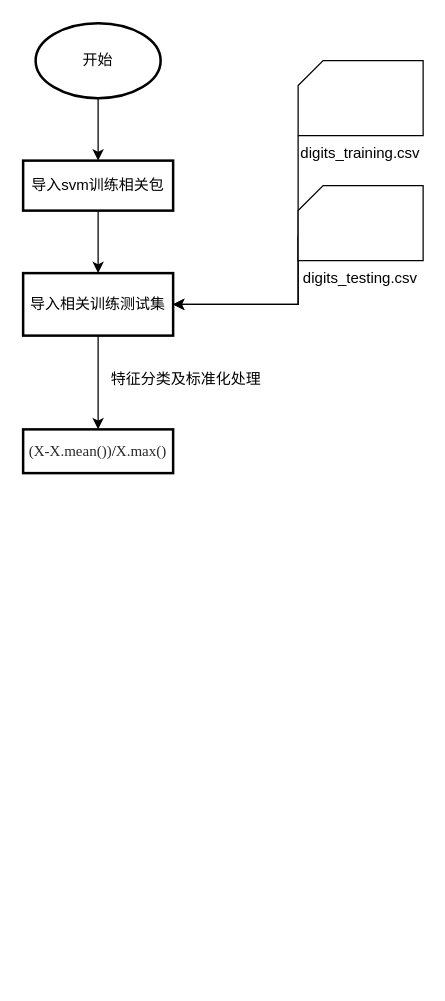
This is experiment_07.drawio from why147147/drawio-public, a draw.io file, before an edit. Source tidied: cells renumbered, new cells numbered last; positions are measured from the earlier drawing's top-left corner, leaving out a move shared by most shapes. Both pictures are drawn from the tidied source at 125%, with x=0, y=0 at pixel (22, 22).
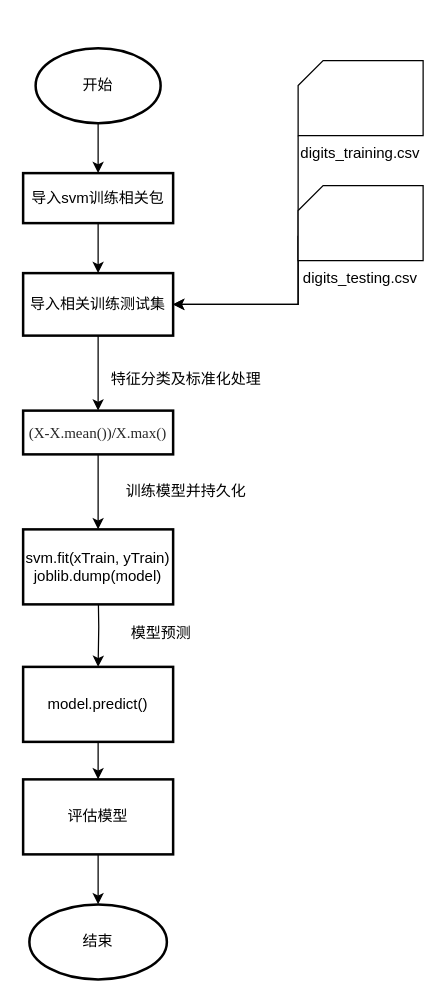
The same page after the edit.

The edit, as a diff of the source:
```diff
@@
     <mxCell id="3" value="开始" style="strokeWidth=2;html=1;shape=mxgraph.flowchart.start_1;whiteSpace=wrap;" parent="1" vertex="1">
-      <mxGeometry x="10" width="100" height="60" as="geometry" />
+      <mxGeometry x="10" y="20" width="100" height="60" as="geometry" />
     </mxCell>
@@
     <mxCell id="5" value="导入svm训练相关包" style="whiteSpace=wrap;html=1;strokeWidth=2;" parent="1" vertex="1">
-      <mxGeometry y="110" width="120" height="40" as="geometry" />
+      <mxGeometry y="120" width="120" height="40" as="geometry" />
     </mxCell>
@@
+    <mxCell id="14" style="edgeStyle=orthogonalEdgeStyle;rounded=0;jettySize=auto;html=1;" parent="1" edge="1" source="12" target="16">
+      <mxGeometry relative="1" as="geometry" />
+    </mxCell>
     <mxCell id="12" value="&lt;div style=&quot;color: rgb(41, 41, 41); background-color: rgb(255, 255, 255); line-height: 27px;&quot;&gt;&lt;font face=&quot;Times New Roman&quot; style=&quot;font-size: 12px;&quot;&gt;(X-X.mean())&lt;span style=&quot;color: rgb(0, 0, 0);&quot;&gt;/&lt;/span&gt;X.max()&lt;/font&gt;&lt;/div&gt;" style="whiteSpace=wrap;html=1;strokeWidth=2;" parent="1" vertex="1">
-      <mxGeometry y="325" width="120" height="35" as="geometry" />
+      <mxGeometry y="310" width="120" height="35" as="geometry" />
     </mxCell>
@@
+    <mxCell id="15" style="edgeStyle=orthogonalEdgeStyle;rounded=0;jettySize=auto;html=1;" parent="1" edge="1" target="19">
+      <mxGeometry relative="1" as="geometry">
+        <mxPoint x="60" y="450" as="sourcePoint" />
+      </mxGeometry>
+    </mxCell>
+    <mxCell id="16" value="svm.fit(xTrain, yTrain)&lt;br&gt;joblib.dump(model)" style="whiteSpace=wrap;html=1;strokeWidth=2;" parent="1" vertex="1">
+      <mxGeometry y="405" width="120" height="60" as="geometry" />
+    </mxCell>
+    <mxCell id="17" value="训练模型并持久化" style="text;html=1;align=center;verticalAlign=middle;strokeColor=none;fillColor=none;" parent="1" vertex="1">
+      <mxGeometry x="70" y="360" width="120" height="30" as="geometry" />
+    </mxCell>
+    <mxCell id="18" style="edgeStyle=orthogonalEdgeStyle;rounded=0;jettySize=auto;html=1;" parent="1" edge="1" source="19" target="22">
+      <mxGeometry relative="1" as="geometry" />
+    </mxCell>
+    <mxCell id="19" value="model.predict()" style="whiteSpace=wrap;html=1;strokeWidth=2;" parent="1" vertex="1">
+      <mxGeometry y="515" width="120" height="60" as="geometry" />
+    </mxCell>
+    <mxCell id="20" value="模型预测" style="text;html=1;align=center;verticalAlign=middle;strokeColor=none;fillColor=none;" parent="1" vertex="1">
+      <mxGeometry x="75" y="473" width="70" height="30" as="geometry" />
+    </mxCell>
+    <mxCell id="21" style="edgeStyle=orthogonalEdgeStyle;rounded=0;jettySize=auto;html=1;" parent="1" edge="1" source="22" target="23">
+      <mxGeometry relative="1" as="geometry" />
+    </mxCell>
+    <mxCell id="22" value="评估模型" style="whiteSpace=wrap;html=1;strokeWidth=2;" parent="1" vertex="1">
+      <mxGeometry y="605" width="120" height="60" as="geometry" />
+    </mxCell>
+    <mxCell id="23" value="结束" style="ellipse;whiteSpace=wrap;html=1;strokeWidth=2;" parent="1" vertex="1">
+      <mxGeometry x="5" y="705" width="110" height="60" as="geometry" />
+    </mxCell>
```
